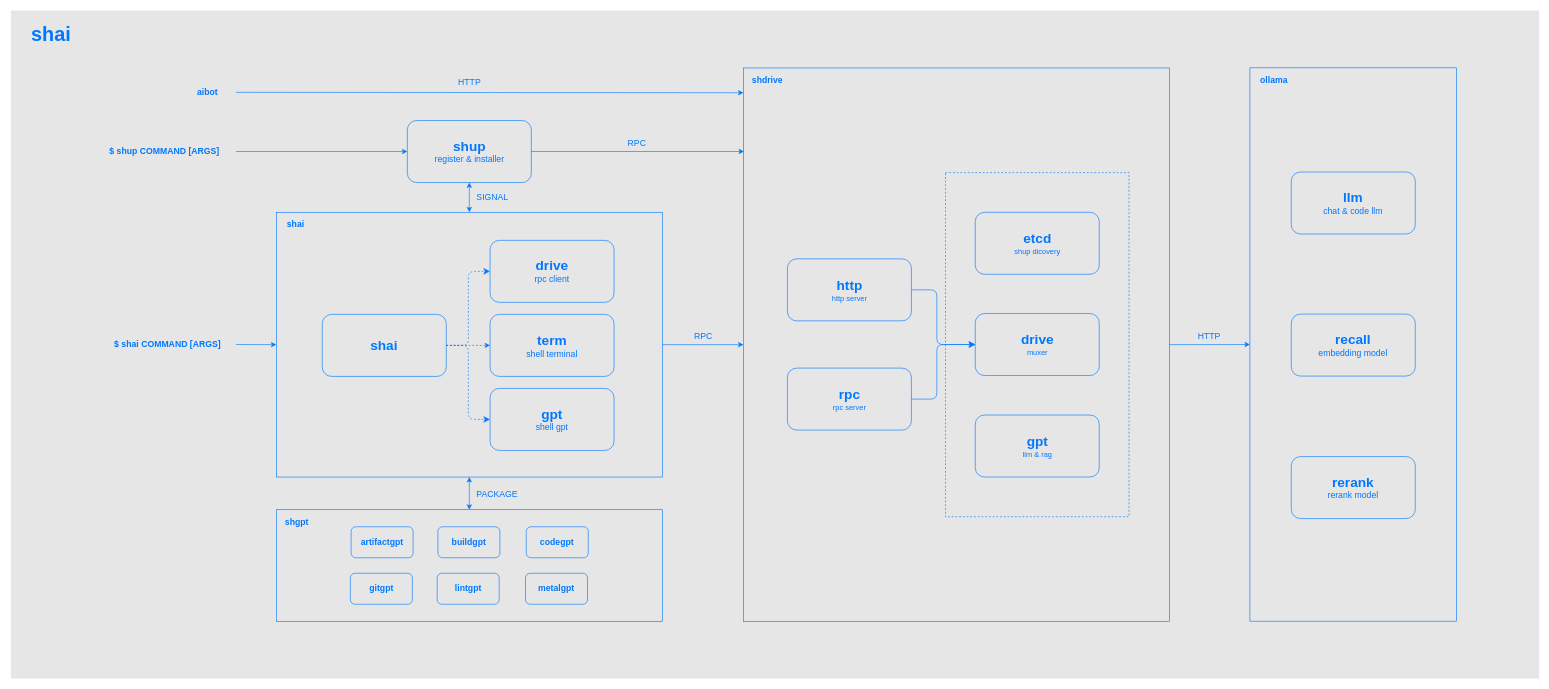
The draw.io diagram arch.drawio in ai-flowx/.github, before the edit. Source tidied: cells renumbered, new cells numbered last; positions are measured from the earlier drawing's top-left corner, leaving out a move shared by most shapes. Both pictures are drawn from the tidied source at 62%, with x=0, y=0 at pixel (11, 10).
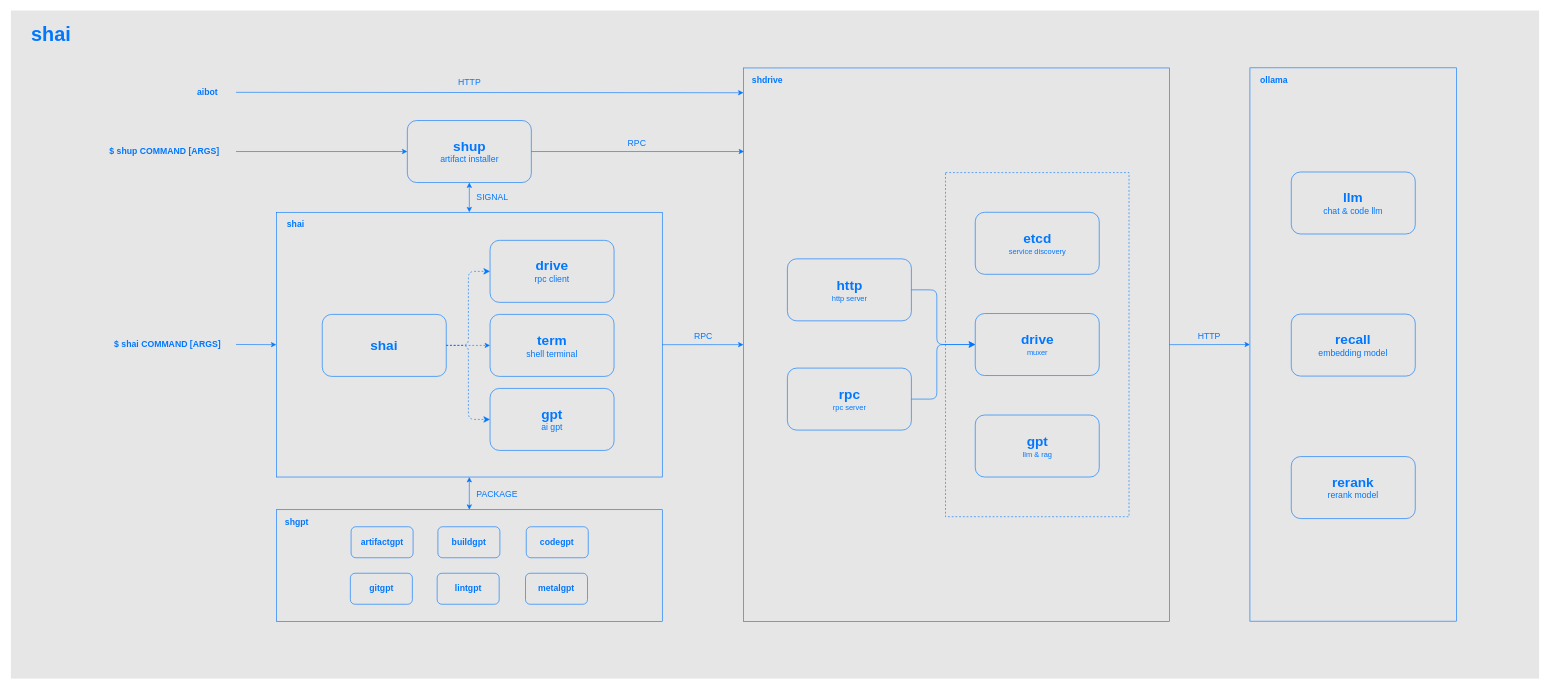
The same diagram, later.

Commit message (it also covers changes not shown here):
docs(profile): update arch files

Diff of the diagram source:
```diff
@@
-    <mxCell id="11" value="&lt;font color=&quot;#0077ff&quot; style=&quot;&quot;&gt;&lt;span style=&quot;font-weight: bold; font-size: 22px;&quot;&gt;shup&lt;/span&gt;&lt;br&gt;&lt;font style=&quot;font-size: 14px;&quot;&gt;register &amp;amp; installer&lt;/font&gt;&lt;br&gt;&lt;/font&gt;" style="rounded=1;whiteSpace=wrap;html=1;strokeColor=#0077FF;fillColor=none;shadow=0;" parent="1" vertex="1">
+    <mxCell id="11" value="&lt;font color=&quot;#0077ff&quot; style=&quot;&quot;&gt;&lt;span style=&quot;font-weight: bold; font-size: 22px;&quot;&gt;shup&lt;/span&gt;&lt;br&gt;&lt;font style=&quot;font-size: 14px;&quot;&gt;artifact installer&lt;/font&gt;&lt;br&gt;&lt;/font&gt;" style="rounded=1;whiteSpace=wrap;html=1;strokeColor=#0077FF;fillColor=none;shadow=0;" parent="1" vertex="1">
       <mxGeometry x="639.5" y="177.9" width="200" height="100" as="geometry" />
     </mxCell>
@@
-    <mxCell id="24" value="&lt;font color=&quot;#0077ff&quot; style=&quot;&quot;&gt;&lt;span style=&quot;font-weight: bold; font-size: 22px;&quot;&gt;gpt&lt;/span&gt;&lt;br&gt;&lt;font style=&quot;font-size: 14px;&quot;&gt;shell gpt&lt;/font&gt;&lt;br&gt;&lt;/font&gt;" style="rounded=1;whiteSpace=wrap;html=1;strokeColor=#0077FF;fillColor=none;shadow=0;" parent="1" vertex="1">
+    <mxCell id="24" value="&lt;font color=&quot;#0077ff&quot; style=&quot;&quot;&gt;&lt;span style=&quot;font-weight: bold; font-size: 22px;&quot;&gt;gpt&lt;/span&gt;&lt;br&gt;&lt;font style=&quot;font-size: 14px;&quot;&gt;ai gpt&lt;/font&gt;&lt;br&gt;&lt;/font&gt;" style="rounded=1;whiteSpace=wrap;html=1;strokeColor=#0077FF;fillColor=none;shadow=0;" parent="1" vertex="1">
       <mxGeometry x="772.9" y="610" width="200" height="100" as="geometry" />
     </mxCell>
@@
-    <mxCell id="36" value="&lt;span style=&quot;border-color: var(--border-color); color: rgb(0, 119, 255); font-weight: bold; font-size: 22px;&quot;&gt;etcd&lt;br&gt;&lt;/span&gt;&lt;font color=&quot;#0077ff&quot; style=&quot;&quot;&gt;shup dicovery&lt;br&gt;&lt;/font&gt;" style="rounded=1;whiteSpace=wrap;html=1;strokeColor=#0077FF;fillColor=none;shadow=0;" parent="1" vertex="1">
+    <mxCell id="36" value="&lt;span style=&quot;border-color: var(--border-color); color: rgb(0, 119, 255); font-weight: bold; font-size: 22px;&quot;&gt;etcd&lt;br&gt;&lt;/span&gt;&lt;font color=&quot;#0077ff&quot; style=&quot;&quot;&gt;service discovery&lt;br&gt;&lt;/font&gt;" style="rounded=1;whiteSpace=wrap;html=1;strokeColor=#0077FF;fillColor=none;shadow=0;" parent="1" vertex="1">
       <mxGeometry x="1555.5" y="325.9" width="200" height="100" as="geometry" />
     </mxCell>
```
